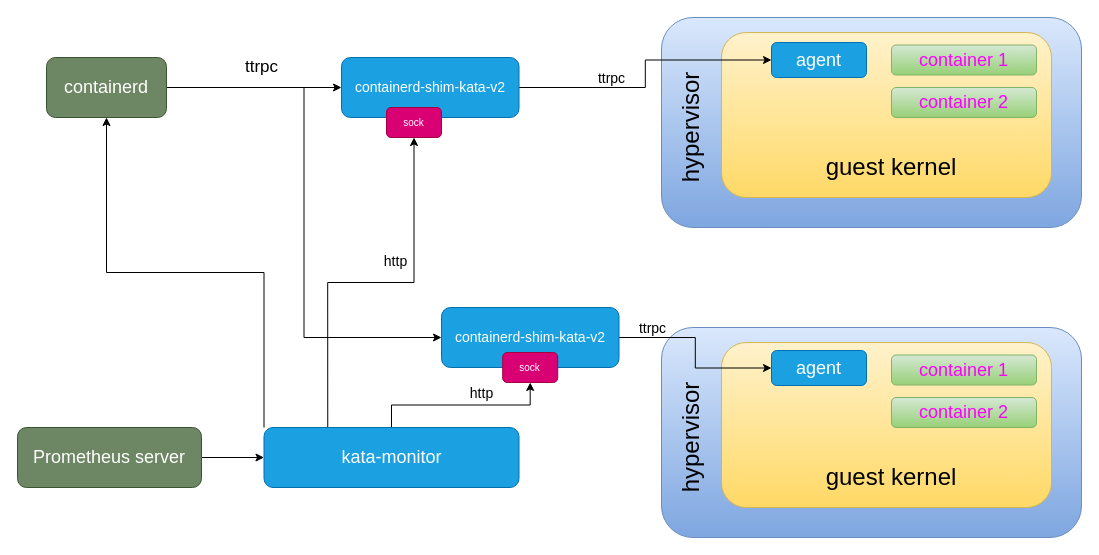
Earlier version of the draw.io diagram docs/design/arch-images/kata-2-metrics.drawio (kata-containers/kata-containers). Source tidied: cells renumbered, new cells numbered last; positions are measured from the earlier drawing's top-left corner, leaving out a move shared by most shapes. Both pictures are drawn from the tidied source at 100%, with x=0, y=0 at pixel (17, 17).
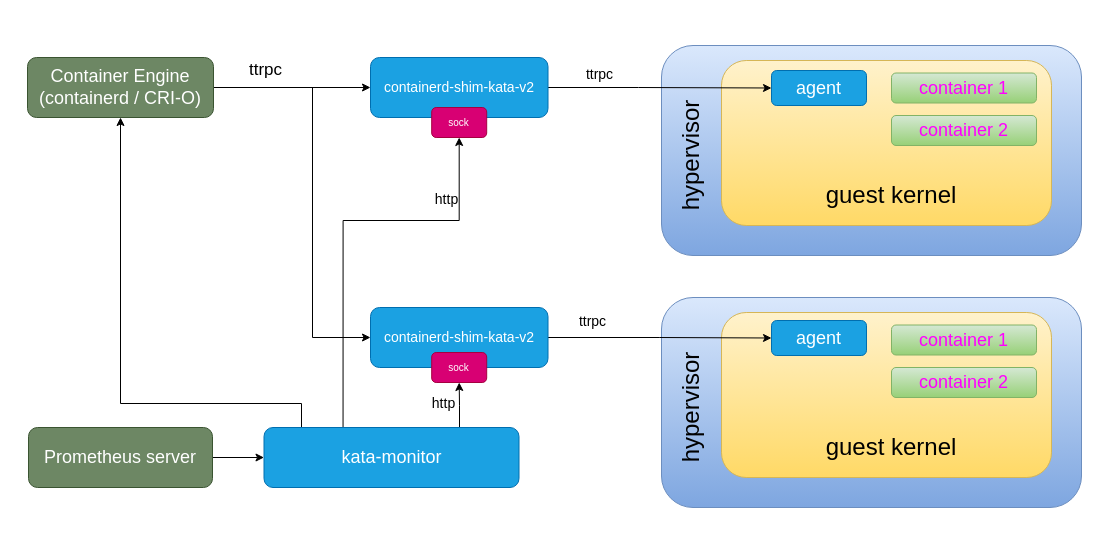
The same page after the edit.

Commit message (it also covers changes not shown here):
docs: update kata metrics architecture image

We now support any CRI container engine in kata-monitor, notably CRI-O.
Add both containerd and CRI-O in the kata metrics architecture image.

The change refers to these unchanged cells:
```xml
<mxCell id="18" value="kata-monitor" style="rounded=1;whiteSpace=wrap;html=1;fontSize=18;fillColor=#1ba1e2;strokeColor=#006EAF;fontColor=#ffffff;" parent="1" vertex="1">
  <mxGeometry x="246.5" y="410" width="255" height="60" as="geometry" />
</mxCell>
<mxCell id="20" style="edgeStyle=orthogonalEdgeStyle;rounded=0;jettySize=auto;html=1;exitX=1;exitY=0.5;exitDx=0;exitDy=0;fontSize=14;" parent="1" edge="1" source="22" target="29">
  <mxGeometry relative="1" as="geometry" />
</mxCell>
```

Change to the diagram source:
```diff
@@
+    <mxCell id="34" style="group;" parent="1" vertex="1">
+      <mxGeometry x="644" y="28" width="420" height="210" as="geometry" />
+    </mxCell>
+    <mxCell id="4" style="rounded=1;whiteSpace=wrap;html=1;fontSize=10;gradientColor=#7ea6e0;fillColor=#dae8fc;strokeColor=#6c8ebf;" parent="34" vertex="1">
+      <mxGeometry width="420" height="210" as="geometry" />
+    </mxCell>
+    <mxCell id="5" style="rounded=1;whiteSpace=wrap;html=1;fontSize=24;gradientColor=#ffd966;fillColor=#fff2cc;strokeColor=#d6b656;" parent="34" vertex="1">
+      <mxGeometry x="60" y="15" width="330" height="165" as="geometry" />
+    </mxCell>
+    <mxCell id="24" value="agent" style="rounded=1;whiteSpace=wrap;html=1;fontSize=18;fillColor=#1ba1e2;strokeColor=#006EAF;fontColor=#ffffff;" parent="34" vertex="1">
+      <mxGeometry x="110" y="25" width="95" height="35" as="geometry" />
+    </mxCell>
+    <mxCell id="25" value="container 1" style="rounded=1;whiteSpace=wrap;html=1;fontSize=18;gradientColor=#97d077;fillColor=#d5e8d4;strokeColor=#82b366;fontColor=#FF00FF;" parent="34" vertex="1">
+      <mxGeometry x="230" y="27.5" width="145" height="30" as="geometry" />
+    </mxCell>
+    <mxCell id="26" value="container 2" style="rounded=1;whiteSpace=wrap;html=1;fontSize=18;gradientColor=#97d077;fillColor=#d5e8d4;strokeColor=#82b366;fontColor=#FF00FF;" parent="34" vertex="1">
+      <mxGeometry x="230" y="70" width="145" height="30" as="geometry" />
+    </mxCell>
+    <mxCell id="27" value="hypervisor" style="text;html=1;strokeColor=none;fillColor=none;align=center;verticalAlign=middle;whiteSpace=wrap;rounded=0;fontSize=24;horizontal=0;" parent="34" vertex="1">
+      <mxGeometry x="10" y="100" width="40" height="20" as="geometry" />
+    </mxCell>
+    <mxCell id="28" value="guest kernel" style="text;html=1;strokeColor=none;fillColor=none;align=center;verticalAlign=middle;whiteSpace=wrap;rounded=0;fontSize=24;" parent="34" vertex="1">
+      <mxGeometry x="150" y="140" width="160" height="20" as="geometry" />
+    </mxCell>
+    <mxCell id="35" style="group;" parent="1" vertex="1">
+      <mxGeometry x="644" y="280" width="420" height="210" as="geometry" />
+    </mxCell>
-    <mxCell id="2" style="rounded=1;whiteSpace=wrap;html=1;fontSize=10;gradientColor=#7ea6e0;fillColor=#dae8fc;strokeColor=#6c8ebf;" parent="1" vertex="1">
-      <mxGeometry x="644" y="310" width="420" height="210" as="geometry" />
+    <mxCell id="2" style="rounded=1;whiteSpace=wrap;html=1;fontSize=10;gradientColor=#7ea6e0;fillColor=#dae8fc;strokeColor=#6c8ebf;" parent="35" vertex="1">
+      <mxGeometry width="420" height="210" as="geometry" />
     </mxCell>
-    <mxCell id="3" style="rounded=1;whiteSpace=wrap;html=1;fontSize=24;gradientColor=#ffd966;fillColor=#fff2cc;strokeColor=#d6b656;" parent="1" vertex="1">
-      <mxGeometry x="704" y="325" width="330" height="165" as="geometry" />
+    <mxCell id="3" style="rounded=1;whiteSpace=wrap;html=1;fontSize=24;gradientColor=#ffd966;fillColor=#fff2cc;strokeColor=#d6b656;" parent="35" vertex="1">
+      <mxGeometry x="60" y="15" width="330" height="165" as="geometry" />
     </mxCell>
-    <mxCell id="4" style="rounded=1;whiteSpace=wrap;html=1;fontSize=10;gradientColor=#7ea6e0;fillColor=#dae8fc;strokeColor=#6c8ebf;" parent="1" vertex="1">
-      <mxGeometry x="644" width="420" height="210" as="geometry" />
-    </mxCell>
-    <mxCell id="5" style="rounded=1;whiteSpace=wrap;html=1;fontSize=24;gradientColor=#ffd966;fillColor=#fff2cc;strokeColor=#d6b656;" parent="1" vertex="1">
-      <mxGeometry x="704" y="15" width="330" height="165" as="geometry" />
-    </mxCell>
+    <mxCell id="29" value="agent" style="rounded=1;whiteSpace=wrap;html=1;fontSize=18;fillColor=#1ba1e2;strokeColor=#006EAF;fontColor=#ffffff;" parent="35" vertex="1">
+      <mxGeometry x="110" y="23" width="95" height="35" as="geometry" />
+    </mxCell>
+    <mxCell id="30" value="container 1" style="rounded=1;whiteSpace=wrap;html=1;fontSize=18;gradientColor=#97d077;fillColor=#d5e8d4;strokeColor=#82b366;fontColor=#FF00FF;" parent="35" vertex="1">
+      <mxGeometry x="230" y="27.5" width="145" height="30" as="geometry" />
+    </mxCell>
+    <mxCell id="31" value="container 2" style="rounded=1;whiteSpace=wrap;html=1;fontSize=18;gradientColor=#97d077;fillColor=#d5e8d4;strokeColor=#82b366;fontColor=#FF00FF;" parent="35" vertex="1">
+      <mxGeometry x="230" y="70" width="145" height="30" as="geometry" />
+    </mxCell>
+    <mxCell id="32" value="hypervisor" style="text;html=1;strokeColor=none;fillColor=none;align=center;verticalAlign=middle;whiteSpace=wrap;rounded=0;fontSize=24;horizontal=0;" parent="35" vertex="1">
+      <mxGeometry x="10" y="100" width="40" height="20" as="geometry" />
+    </mxCell>
+    <mxCell id="33" value="guest kernel" style="text;html=1;strokeColor=none;fillColor=none;align=center;verticalAlign=middle;whiteSpace=wrap;rounded=0;fontSize=24;" parent="35" vertex="1">
+      <mxGeometry x="150" y="140" width="160" height="20" as="geometry" />
+    </mxCell>
-    <mxCell id="6" style="edgeStyle=orthogonalEdgeStyle;rounded=0;jettySize=auto;html=1;exitX=1;exitY=0.5;exitDx=0;exitDy=0;fontSize=14;" parent="1" edge="1" source="8" target="24">
-      <mxGeometry relative="1" as="geometry" />
+    <mxCell id="6" style="edgeStyle=orthogonalEdgeStyle;rounded=0;jettySize=auto;html=1;exitX=1;exitY=0.5;exitDx=0;exitDy=0;fontSize=14;entryX=0;entryY=0.5;entryDx=0;entryDy=0;" parent="1" edge="1" source="8" target="24">
+      <mxGeometry relative="1" as="geometry">
+        <Array as="points">
+          <mxPoint x="621" y="70" />
+          <mxPoint x="727" y="71" />
+        </Array>
+      </mxGeometry>
     </mxCell>
     <mxCell id="7" value="ttrpc" style="edgeLabel;html=1;align=center;verticalAlign=middle;fontSize=14;" parent="6" vertex="1">
       <mxGeometry x="-0.2" y="1" relative="1" as="geometry">
-        <mxPoint x="-20.5" y="-9" as="offset" />
+        <mxPoint x="-38" y="-13" as="offset" />
       </mxGeometry>
     </mxCell>
-    <mxCell id="8" value="&lt;div style=&quot;font-size: 14px;&quot;&gt;containerd-shim-kata-v2&lt;/div&gt;" style="rounded=1;whiteSpace=wrap;html=1;fontSize=14;fillColor=#1ba1e2;strokeColor=#006EAF;fontColor=#ffffff;" parent="1" vertex="1">
-      <mxGeometry x="324" y="40" width="177.5" height="60" as="geometry" />
-    </mxCell>
     <mxCell id="9" value="ttrpc" style="edgeStyle=orthogonalEdgeStyle;rounded=0;jettySize=auto;html=1;exitX=1;exitY=0.5;exitDx=0;exitDy=0;entryX=0;entryY=0.5;entryDx=0;entryDy=0;fontSize=17;" parent="1" edge="1" source="11" target="8">
-      <mxGeometry x="0.09" y="20" relative="1" as="geometry" />
+      <mxGeometry x="-0.34" y="17" relative="1" as="geometry" />
     </mxCell>
     <mxCell id="10" style="edgeStyle=orthogonalEdgeStyle;rounded=0;jettySize=auto;html=1;exitX=1;exitY=0.5;exitDx=0;exitDy=0;entryX=0;entryY=0.5;entryDx=0;entryDy=0;fontSize=14;" parent="1" edge="1" source="11" target="22">
-      <mxGeometry relative="1" as="geometry" />
+      <mxGeometry relative="1" as="geometry">
+        <Array as="points">
+          <mxPoint x="295" y="70" />
+          <mxPoint x="295" y="320" />
+        </Array>
+      </mxGeometry>
     </mxCell>
-    <mxCell id="11" value="containerd" style="rounded=1;whiteSpace=wrap;html=1;fontSize=18;fillColor=#6d8764;strokeColor=#3A5431;fontColor=#ffffff;" parent="1" vertex="1">
-      <mxGeometry x="29" y="40" width="120" height="60" as="geometry" />
+    <mxCell id="11" value="Container Engine&lt;br&gt;(containerd / CRI-O)" style="rounded=1;whiteSpace=wrap;html=1;fontSize=18;fillColor=#6d8764;strokeColor=#3A5431;fontColor=#ffffff;" parent="1" vertex="1">
+      <mxGeometry x="10" y="40" width="186" height="60" as="geometry" />
     </mxCell>
@@
     <mxCell id="13" value="Prometheus server" style="rounded=1;whiteSpace=wrap;html=1;fontSize=18;fillColor=#6d8764;strokeColor=#3A5431;fontColor=#ffffff;" parent="1" vertex="1">
-      <mxGeometry y="410" width="184" height="60" as="geometry" />
+      <mxGeometry x="11" y="410" width="184" height="60" as="geometry" />
     </mxCell>
     <mxCell id="14" style="edgeStyle=orthogonalEdgeStyle;rounded=0;jettySize=auto;html=1;exitX=0.5;exitY=0;exitDx=0;exitDy=0;entryX=0.5;entryY=1;entryDx=0;entryDy=0;fontSize=14;" parent="1" edge="1" source="18" target="23">
-      <mxGeometry relative="1" as="geometry" />
+      <mxGeometry relative="1" as="geometry">
+        <Array as="points">
+          <mxPoint x="442" y="410" />
+          <mxPoint x="442" y="388" />
+        </Array>
+      </mxGeometry>
     </mxCell>
     <mxCell id="15" value="http" style="edgeLabel;html=1;align=center;verticalAlign=middle;fontSize=14;" parent="14" vertex="1">
       <mxGeometry x="0.22" y="1" relative="1" as="geometry">
-        <mxPoint y="-11.5" as="offset" />
+        <mxPoint x="-16" y="-24" as="offset" />
       </mxGeometry>
     </mxCell>
-    <mxCell id="16" value="http" style="edgeStyle=orthogonalEdgeStyle;rounded=0;jettySize=auto;html=1;exitX=0.25;exitY=0;exitDx=0;exitDy=0;entryX=0.5;entryY=1;entryDx=0;entryDy=0;fontSize=14;" parent="1" edge="1" source="18" target="19">
-      <mxGeometry x="0.34" y="19" relative="1" as="geometry" />
+    <mxCell id="16" value="http" style="edgeStyle=orthogonalEdgeStyle;rounded=0;jettySize=auto;html=1;exitX=0.31;exitY=0.006;exitDx=0;exitDy=0;entryX=0.5;entryY=1;entryDx=0;entryDy=0;fontSize=14;exitPerimeter=0;" parent="1" edge="1" source="18" target="19">
+      <mxGeometry x="0.53" y="21" relative="1" as="geometry">
+        <Array as="points">
+          <mxPoint x="326" y="203" />
+          <mxPoint x="442" y="203" />
+        </Array>
+      </mxGeometry>
     </mxCell>
-    <mxCell id="17" style="edgeStyle=orthogonalEdgeStyle;rounded=0;jettySize=auto;html=1;exitX=0;exitY=0;exitDx=0;exitDy=0;entryX=0.5;entryY=1;entryDx=0;entryDy=0;" parent="1" edge="1" source="18" target="11">
-      <mxGeometry relative="1" as="geometry" />
+    <mxCell id="17" style="edgeStyle=orthogonalEdgeStyle;rounded=0;jettySize=auto;html=1;entryX=0.5;entryY=1;entryDx=0;entryDy=0;" parent="1" edge="1" target="11">
+      <mxGeometry relative="1" as="geometry">
+        <mxPoint x="284" y="410" as="sourcePoint" />
+        <Array as="points">
+          <mxPoint x="284" y="410" />
+          <mxPoint x="284" y="386" />
+          <mxPoint x="103" y="386" />
+        </Array>
+      </mxGeometry>
     </mxCell>
@@
-    <mxCell id="19" value="sock" style="rounded=1;whiteSpace=wrap;html=1;fontSize=10;fillColor=#d80073;strokeColor=#A50040;fontColor=#ffffff;" parent="1" vertex="1">
-      <mxGeometry x="369" y="90" width="55" height="30" as="geometry" />
-    </mxCell>
@@
     <mxCell id="21" value="ttrpc" style="edgeLabel;html=1;align=center;verticalAlign=middle;fontSize=14;" parent="20" vertex="1">
       <mxGeometry x="0.36" relative="1" as="geometry">
-        <mxPoint x="-61" y="-40.5" as="offset" />
+        <mxPoint x="-108" y="-17" as="offset" />
       </mxGeometry>
     </mxCell>
+    <mxCell id="36" style="group;" parent="1" vertex="1">
+      <mxGeometry x="353" y="290" width="177.5" height="75" as="geometry" />
+    </mxCell>
-    <mxCell id="22" value="&lt;div style=&quot;font-size: 14px;&quot;&gt;containerd-shim-kata-v2&lt;/div&gt;" style="rounded=1;whiteSpace=wrap;html=1;fontSize=14;fillColor=#1ba1e2;strokeColor=#006EAF;fontColor=#ffffff;" parent="1" vertex="1">
-      <mxGeometry x="424" y="290" width="177.5" height="60" as="geometry" />
+    <mxCell id="22" value="&lt;div style=&quot;font-size: 14px;&quot;&gt;containerd-shim-kata-v2&lt;/div&gt;" style="rounded=1;whiteSpace=wrap;html=1;fontSize=14;fillColor=#1ba1e2;strokeColor=#006EAF;fontColor=#ffffff;" parent="36" vertex="1">
+      <mxGeometry width="177.5" height="60" as="geometry" />
     </mxCell>
-    <mxCell id="23" value="sock" style="rounded=1;whiteSpace=wrap;html=1;fontSize=10;fillColor=#d80073;strokeColor=#A50040;fontColor=#ffffff;" parent="1" vertex="1">
-      <mxGeometry x="485.2" y="335" width="55" height="30" as="geometry" />
+    <mxCell id="23" value="sock" style="rounded=1;whiteSpace=wrap;html=1;fontSize=10;fillColor=#d80073;strokeColor=#A50040;fontColor=#ffffff;" parent="36" vertex="1">
+      <mxGeometry x="61.2" y="45" width="55" height="30" as="geometry" />
     </mxCell>
-    <mxCell id="24" value="agent" style="rounded=1;whiteSpace=wrap;html=1;fontSize=18;fillColor=#1ba1e2;strokeColor=#006EAF;fontColor=#ffffff;" parent="1" vertex="1">
-      <mxGeometry x="754" y="25" width="95" height="35" as="geometry" />
-    </mxCell>
-    <mxCell id="25" value="container 1" style="rounded=1;whiteSpace=wrap;html=1;fontSize=18;gradientColor=#97d077;fillColor=#d5e8d4;strokeColor=#82b366;fontColor=#FF00FF;" parent="1" vertex="1">
-      <mxGeometry x="874" y="27.5" width="145" height="30" as="geometry" />
-    </mxCell>
-    <mxCell id="26" value="container 2" style="rounded=1;whiteSpace=wrap;html=1;fontSize=18;gradientColor=#97d077;fillColor=#d5e8d4;strokeColor=#82b366;fontColor=#FF00FF;" parent="1" vertex="1">
-      <mxGeometry x="874" y="70" width="145" height="30" as="geometry" />
-    </mxCell>
-    <mxCell id="27" value="hypervisor" style="text;html=1;strokeColor=none;fillColor=none;align=center;verticalAlign=middle;whiteSpace=wrap;rounded=0;fontSize=24;horizontal=0;" parent="1" vertex="1">
-      <mxGeometry x="654" y="100" width="40" height="20" as="geometry" />
-    </mxCell>
-    <mxCell id="28" value="guest kernel" style="text;html=1;strokeColor=none;fillColor=none;align=center;verticalAlign=middle;whiteSpace=wrap;rounded=0;fontSize=24;" parent="1" vertex="1">
-      <mxGeometry x="794" y="140" width="160" height="20" as="geometry" />
-    </mxCell>
-    <mxCell id="29" value="agent" style="rounded=1;whiteSpace=wrap;html=1;fontSize=18;fillColor=#1ba1e2;strokeColor=#006EAF;fontColor=#ffffff;" parent="1" vertex="1">
-      <mxGeometry x="754" y="333" width="95" height="35" as="geometry" />
-    </mxCell>
-    <mxCell id="30" value="container 1" style="rounded=1;whiteSpace=wrap;html=1;fontSize=18;gradientColor=#97d077;fillColor=#d5e8d4;strokeColor=#82b366;fontColor=#FF00FF;" parent="1" vertex="1">
-      <mxGeometry x="874" y="337.5" width="145" height="30" as="geometry" />
-    </mxCell>
-    <mxCell id="31" value="container 2" style="rounded=1;whiteSpace=wrap;html=1;fontSize=18;gradientColor=#97d077;fillColor=#d5e8d4;strokeColor=#82b366;fontColor=#FF00FF;" parent="1" vertex="1">
-      <mxGeometry x="874" y="380" width="145" height="30" as="geometry" />
-    </mxCell>
-    <mxCell id="32" value="hypervisor" style="text;html=1;strokeColor=none;fillColor=none;align=center;verticalAlign=middle;whiteSpace=wrap;rounded=0;fontSize=24;horizontal=0;" parent="1" vertex="1">
-      <mxGeometry x="654" y="410" width="40" height="20" as="geometry" />
-    </mxCell>
-    <mxCell id="33" value="guest kernel" style="text;html=1;strokeColor=none;fillColor=none;align=center;verticalAlign=middle;whiteSpace=wrap;rounded=0;fontSize=24;" parent="1" vertex="1">
-      <mxGeometry x="794" y="450" width="160" height="20" as="geometry" />
-    </mxCell>
+    <mxCell id="37" style="group;" parent="1" vertex="1">
+      <mxGeometry x="353" y="40" width="177.5" height="80" as="geometry" />
+    </mxCell>
+    <mxCell id="8" value="&lt;div style=&quot;font-size: 14px;&quot;&gt;containerd-shim-kata-v2&lt;/div&gt;" style="rounded=1;whiteSpace=wrap;html=1;fontSize=14;fillColor=#1ba1e2;strokeColor=#006EAF;fontColor=#ffffff;" parent="37" vertex="1">
+      <mxGeometry width="177.5" height="60" as="geometry" />
+    </mxCell>
+    <mxCell id="19" value="sock" style="rounded=1;whiteSpace=wrap;html=1;fontSize=10;fillColor=#d80073;strokeColor=#A50040;fontColor=#ffffff;" parent="37" vertex="1">
+      <mxGeometry x="61.2" y="50" width="55" height="30" as="geometry" />
+    </mxCell>
```
